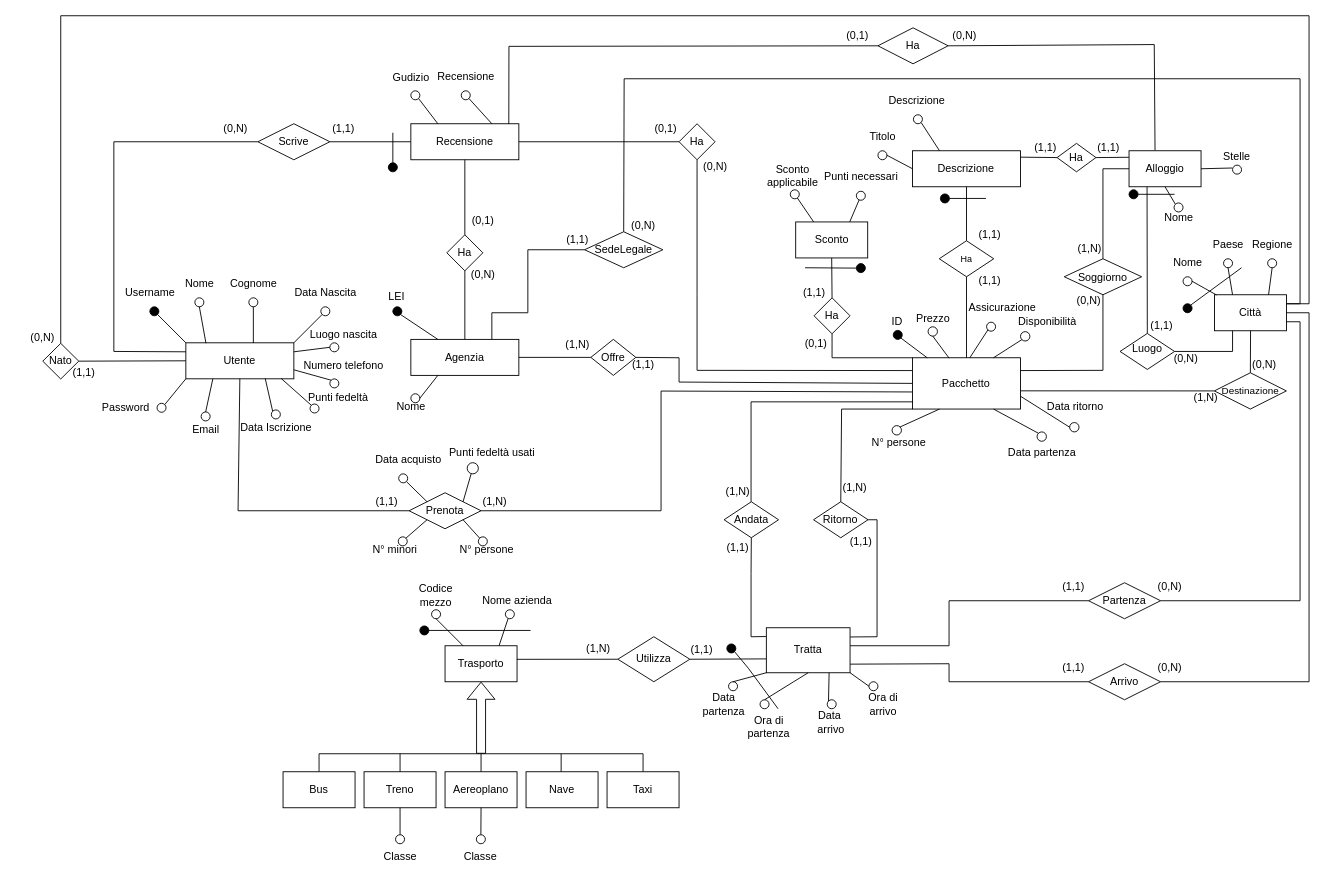
bustre/Easy-travel keeps this draw.io diagram as page "ER - Concettuale" (1 of 2) of ER/ER.drawio. Above is the earlier version. Source tidied: cells renumbered, new cells numbered last; positions are measured from the earlier drawing's top-left corner, leaving out a move shared by most shapes. Both pictures are drawn from the tidied source at 90%, with x=0, y=0 at pixel (15, 15).
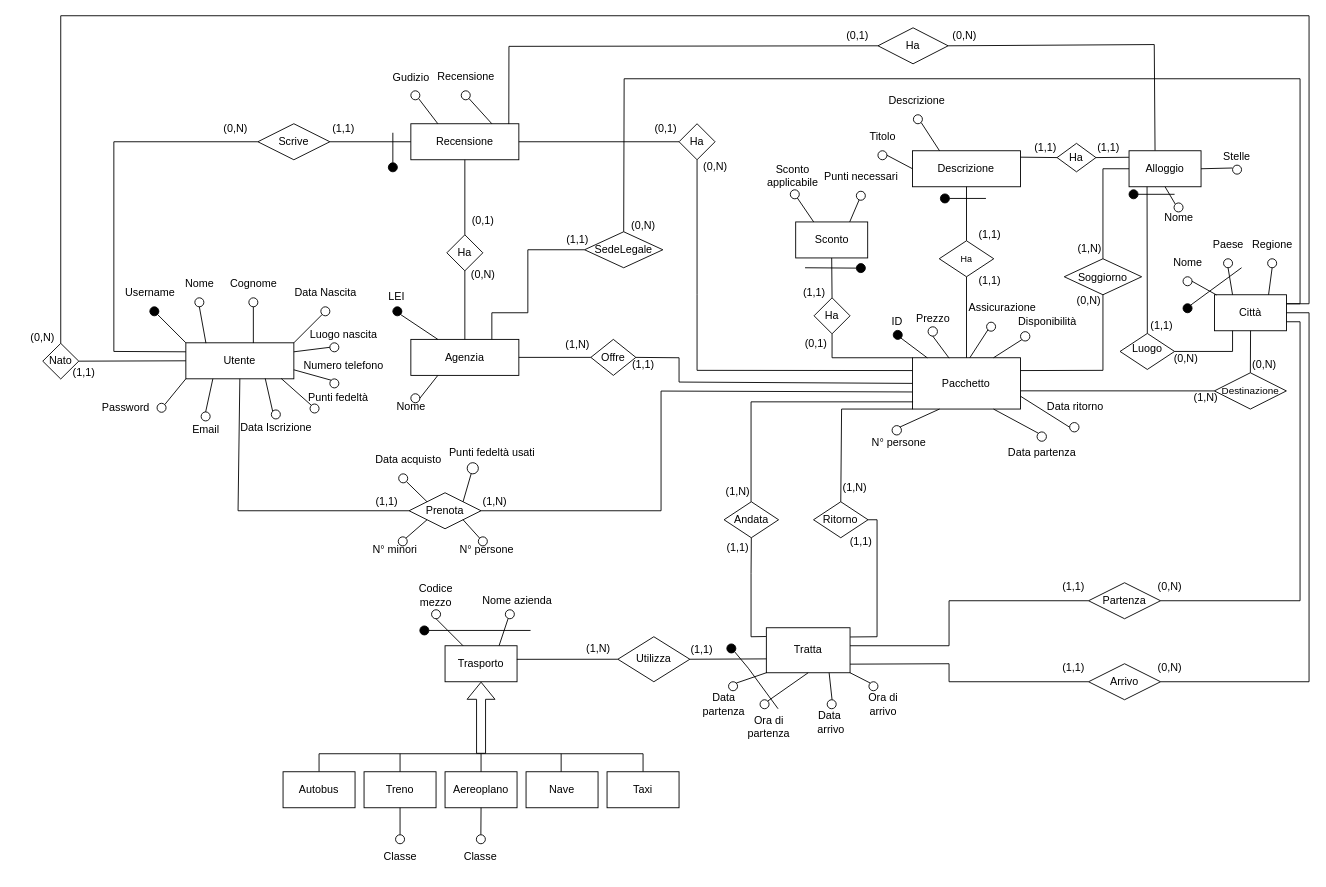
Above is the later version.

The change refers to these unchanged cells:
```xml
<mxCell id="222" value="Tratta" style="rounded=0;whiteSpace=wrap;html=1;" parent="1" vertex="1">
  <mxGeometry x="834" y="680" width="93" height="50" as="geometry" />
</mxCell>
<mxCell id="233" style="ellipse;whiteSpace=wrap;html=1;" parent="1" vertex="1">
  <mxGeometry x="792" y="740" width="10" height="10" as="geometry" />
</mxCell>
<mxCell id="235" style="ellipse;whiteSpace=wrap;html=1;" parent="1" vertex="1">
  <mxGeometry x="827" y="760" width="10" height="10" as="geometry" />
</mxCell>
<mxCell id="238" style="ellipse;whiteSpace=wrap;html=1;" parent="1" vertex="1">
  <mxGeometry x="901.6" y="760" width="10" height="10" as="geometry" />
</mxCell>
<mxCell id="239" style="ellipse;whiteSpace=wrap;html=1;" parent="1" vertex="1">
  <mxGeometry x="948" y="740" width="10" height="10" as="geometry" />
</mxCell>
```

Change to the diagram source:
```diff
@@
-    <mxCell id="80" value="Bus" style="rounded=0;whiteSpace=wrap;html=1;" parent="1" vertex="1">
+    <mxCell id="80" value="Autobus" style="rounded=0;whiteSpace=wrap;html=1;" parent="1" vertex="1">
       <mxGeometry x="297" y="840" width="80" height="40" as="geometry" />
     </mxCell>
@@
-    <mxCell id="234" style="endArrow=none;html=1;rounded=0;entryX=0;entryY=1;entryDx=0;entryDy=0;exitX=0.5;exitY=0;exitDx=0;exitDy=0;" parent="1" edge="1" source="233" target="222">
+    <mxCell id="234" style="endArrow=none;html=1;rounded=0;entryX=0;entryY=1;entryDx=0;entryDy=0;exitX=1;exitY=0;exitDx=0;exitDy=0;" parent="1" edge="1" source="233" target="222">
       <mxGeometry relative="1" as="geometry" />
     </mxCell>
@@
-    <mxCell id="236" style="endArrow=none;html=1;rounded=0;entryX=0.5;entryY=1;entryDx=0;entryDy=0;exitX=0.5;exitY=0;exitDx=0;exitDy=0;" parent="1" edge="1" source="235" target="222">
+    <mxCell id="236" style="endArrow=none;html=1;rounded=0;entryX=0.5;entryY=1;entryDx=0;entryDy=0;exitX=1;exitY=0;exitDx=0;exitDy=0;" parent="1" edge="1" source="235" target="222">
       <mxGeometry relative="1" as="geometry" />
     </mxCell>
@@
-    <mxCell id="240" style="endArrow=none;html=1;rounded=0;entryX=0.75;entryY=1;entryDx=0;entryDy=0;exitX=0;exitY=0;exitDx=0;exitDy=0;" parent="1" edge="1" source="238" target="222">
-      <mxGeometry relative="1" as="geometry" />
+    <mxCell id="240" style="endArrow=none;html=1;rounded=0;entryX=0.75;entryY=1;entryDx=0;entryDy=0;" parent="1" edge="1" target="222">
+      <mxGeometry relative="1" as="geometry">
+        <mxPoint x="907" y="760" as="sourcePoint" />
+      </mxGeometry>
     </mxCell>
-    <mxCell id="241" style="endArrow=none;html=1;rounded=0;entryX=1;entryY=1;entryDx=0;entryDy=0;exitX=0;exitY=0.5;exitDx=0;exitDy=0;" parent="1" edge="1" source="239" target="222">
+    <mxCell id="241" style="endArrow=none;html=1;rounded=0;entryX=1;entryY=1;entryDx=0;entryDy=0;exitX=0;exitY=0;exitDx=0;exitDy=0;" parent="1" edge="1" source="239" target="222">
       <mxGeometry relative="1" as="geometry" />
     </mxCell>
```
